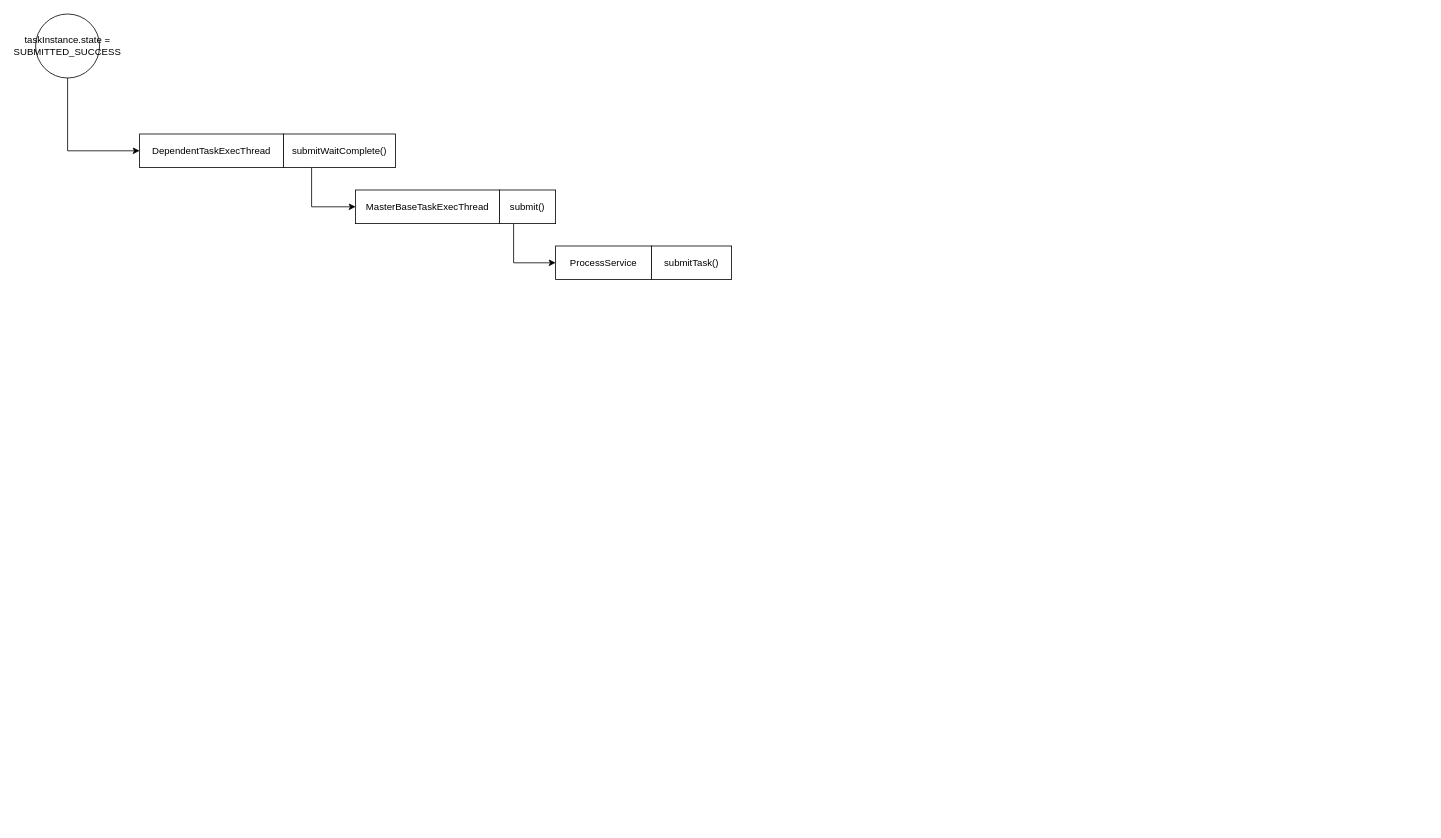
The draw.io diagram etl/dolphinscheduler/1.3.3-release/drawio/task/dependentTask.drawio in popany/notes, before the edit. Source tidied: cells renumbered, new cells numbered last; positions are measured from the earlier drawing's top-left corner, leaving out a move shared by most shapes. Both pictures are drawn from the tidied source at 80%, with x=0, y=0 at pixel (35, 14).
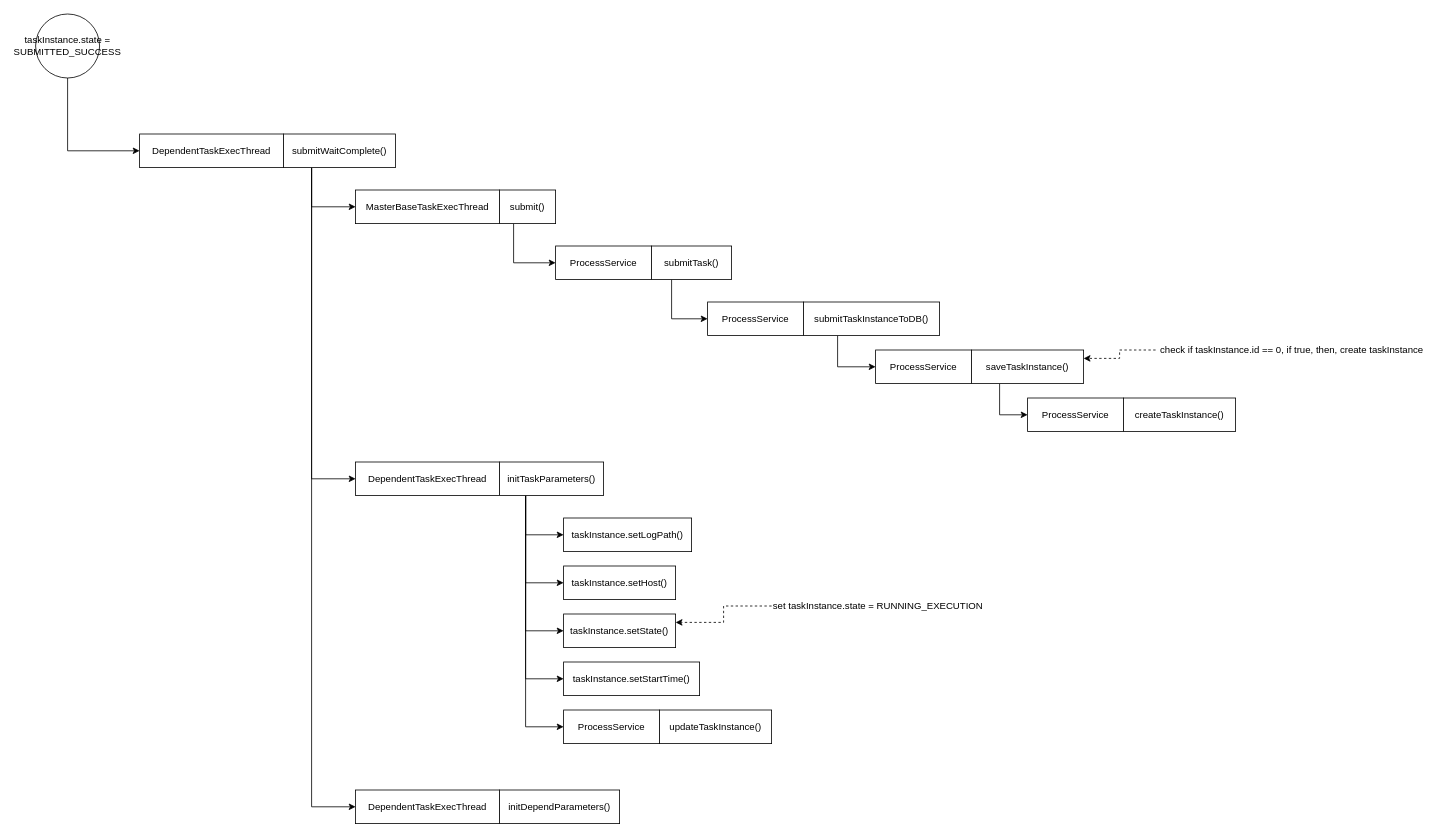
After the change.

Unchanged cells that the change refers to:
```xml
<mxCell id="3" value="submitWaitComplete()" style="rounded=0;whiteSpace=wrap;html=1;" parent="1" vertex="1">
  <mxGeometry x="310" y="150" width="140" height="42" as="geometry" />
</mxCell>
<mxCell id="5" value="submitTask()" style="rounded=0;whiteSpace=wrap;html=1;" parent="1" vertex="1">
  <mxGeometry x="770" y="290" width="100" height="42" as="geometry" />
</mxCell>
```

What changed in the source:
```diff
@@
+    <mxCell id="12" style="edgeStyle=orthogonalEdgeStyle;rounded=0;jettySize=auto;html=1;exitX=0.25;exitY=1;exitDx=0;exitDy=0;entryX=0;entryY=0.5;entryDx=0;entryDy=0;" parent="1" edge="1" source="3" target="31">
+      <mxGeometry relative="1" as="geometry" />
+    </mxCell>
+    <mxCell id="13" style="edgeStyle=orthogonalEdgeStyle;rounded=0;jettySize=auto;html=1;exitX=0.25;exitY=1;exitDx=0;exitDy=0;entryX=0;entryY=0.5;entryDx=0;entryDy=0;" parent="1" edge="1" source="3" target="41">
+      <mxGeometry relative="1" as="geometry" />
+    </mxCell>
@@
+    <mxCell id="14" style="edgeStyle=orthogonalEdgeStyle;rounded=0;jettySize=auto;html=1;exitX=0.25;exitY=1;exitDx=0;exitDy=0;entryX=0;entryY=0.5;entryDx=0;entryDy=0;" parent="1" edge="1" source="5" target="17">
+      <mxGeometry relative="1" as="geometry" />
+    </mxCell>
@@
+    <mxCell id="15" style="edgeStyle=orthogonalEdgeStyle;rounded=0;jettySize=auto;html=1;exitX=0.25;exitY=1;exitDx=0;exitDy=0;entryX=0;entryY=0.5;entryDx=0;entryDy=0;" parent="1" edge="1" source="16" target="20">
+      <mxGeometry relative="1" as="geometry" />
+    </mxCell>
+    <mxCell id="16" value="submitTaskInstanceToDB()" style="rounded=0;whiteSpace=wrap;html=1;" parent="1" vertex="1">
+      <mxGeometry x="960" y="360" width="170" height="42" as="geometry" />
+    </mxCell>
+    <mxCell id="17" value="ProcessService" style="rounded=0;whiteSpace=wrap;html=1;" parent="1" vertex="1">
+      <mxGeometry x="840" y="360" width="120" height="42" as="geometry" />
+    </mxCell>
+    <mxCell id="18" style="edgeStyle=orthogonalEdgeStyle;rounded=0;jettySize=auto;html=1;exitX=0.25;exitY=1;exitDx=0;exitDy=0;entryX=0;entryY=0.5;entryDx=0;entryDy=0;" parent="1" edge="1" source="19" target="22">
+      <mxGeometry relative="1" as="geometry" />
+    </mxCell>
+    <mxCell id="19" value="saveTaskInstance()" style="rounded=0;whiteSpace=wrap;html=1;" parent="1" vertex="1">
+      <mxGeometry x="1170" y="420" width="140" height="42" as="geometry" />
+    </mxCell>
+    <mxCell id="20" value="ProcessService" style="rounded=0;whiteSpace=wrap;html=1;" parent="1" vertex="1">
+      <mxGeometry x="1050" y="420" width="120" height="42" as="geometry" />
+    </mxCell>
+    <mxCell id="21" value="createTaskInstance()" style="rounded=0;whiteSpace=wrap;html=1;" parent="1" vertex="1">
+      <mxGeometry x="1360" y="480" width="140" height="42" as="geometry" />
+    </mxCell>
+    <mxCell id="22" value="ProcessService" style="rounded=0;whiteSpace=wrap;html=1;" parent="1" vertex="1">
+      <mxGeometry x="1240" y="480" width="120" height="42" as="geometry" />
+    </mxCell>
+    <mxCell id="23" style="edgeStyle=orthogonalEdgeStyle;rounded=0;jettySize=auto;html=1;dashed=1;entryX=1;entryY=0.25;entryDx=0;entryDy=0;" parent="1" edge="1" source="24" target="19">
+      <mxGeometry relative="1" as="geometry" />
+    </mxCell>
+    <mxCell id="24" value="check if taskInstance.id == 0, if true, then, create taskInstance" style="text;html=1;align=center;verticalAlign=middle;points=[];" parent="1" vertex="1">
+      <mxGeometry x="1400" y="410" width="340" height="20" as="geometry" />
+    </mxCell>
+    <mxCell id="25" style="edgeStyle=orthogonalEdgeStyle;rounded=0;jettySize=auto;html=1;exitX=0.25;exitY=1;exitDx=0;exitDy=0;entryX=0;entryY=0.5;entryDx=0;entryDy=0;" parent="1" edge="1" source="30" target="32">
+      <mxGeometry relative="1" as="geometry" />
+    </mxCell>
+    <mxCell id="26" style="edgeStyle=orthogonalEdgeStyle;rounded=0;jettySize=auto;html=1;exitX=0.25;exitY=1;exitDx=0;exitDy=0;entryX=0;entryY=0.5;entryDx=0;entryDy=0;" parent="1" edge="1" source="30" target="33">
+      <mxGeometry relative="1" as="geometry" />
+    </mxCell>
+    <mxCell id="27" style="edgeStyle=orthogonalEdgeStyle;rounded=0;jettySize=auto;html=1;exitX=0.25;exitY=1;exitDx=0;exitDy=0;entryX=0;entryY=0.5;entryDx=0;entryDy=0;" parent="1" edge="1" source="30" target="34">
+      <mxGeometry relative="1" as="geometry" />
+    </mxCell>
+    <mxCell id="28" style="edgeStyle=orthogonalEdgeStyle;rounded=0;jettySize=auto;html=1;exitX=0.25;exitY=1;exitDx=0;exitDy=0;entryX=0;entryY=0.5;entryDx=0;entryDy=0;" parent="1" edge="1" source="30" target="35">
+      <mxGeometry relative="1" as="geometry" />
+    </mxCell>
+    <mxCell id="29" style="edgeStyle=orthogonalEdgeStyle;rounded=0;jettySize=auto;html=1;exitX=0.25;exitY=1;exitDx=0;exitDy=0;entryX=0;entryY=0.5;entryDx=0;entryDy=0;" parent="1" edge="1" source="30" target="37">
+      <mxGeometry relative="1" as="geometry" />
+    </mxCell>
+    <mxCell id="30" value="initTaskParameters()" style="rounded=0;whiteSpace=wrap;html=1;" parent="1" vertex="1">
+      <mxGeometry x="580" y="560" width="130" height="42" as="geometry" />
+    </mxCell>
+    <mxCell id="31" value="DependentTaskExecThread" style="rounded=0;whiteSpace=wrap;html=1;" parent="1" vertex="1">
+      <mxGeometry x="400" y="560" width="180" height="42" as="geometry" />
+    </mxCell>
+    <mxCell id="32" value="taskInstance.setLogPath()" style="rounded=0;whiteSpace=wrap;html=1;" parent="1" vertex="1">
+      <mxGeometry x="660" y="630" width="160" height="42" as="geometry" />
+    </mxCell>
+    <mxCell id="33" value="taskInstance.setHost()" style="rounded=0;whiteSpace=wrap;html=1;" parent="1" vertex="1">
+      <mxGeometry x="660" y="690" width="140" height="42" as="geometry" />
+    </mxCell>
+    <mxCell id="34" value="taskInstance.setState()" style="rounded=0;whiteSpace=wrap;html=1;" parent="1" vertex="1">
+      <mxGeometry x="660" y="750" width="140" height="42" as="geometry" />
+    </mxCell>
+    <mxCell id="35" value="taskInstance.setStartTime()" style="rounded=0;whiteSpace=wrap;html=1;" parent="1" vertex="1">
+      <mxGeometry x="660" y="810" width="170" height="42" as="geometry" />
+    </mxCell>
+    <mxCell id="36" value="updateTaskInstance()" style="rounded=0;whiteSpace=wrap;html=1;" parent="1" vertex="1">
+      <mxGeometry x="780" y="870" width="140" height="42" as="geometry" />
+    </mxCell>
+    <mxCell id="37" value="ProcessService" style="rounded=0;whiteSpace=wrap;html=1;" parent="1" vertex="1">
+      <mxGeometry x="660" y="870" width="120" height="42" as="geometry" />
+    </mxCell>
+    <mxCell id="38" style="edgeStyle=orthogonalEdgeStyle;rounded=0;jettySize=auto;html=1;entryX=1;entryY=0.25;entryDx=0;entryDy=0;dashed=1;" parent="1" edge="1" source="39" target="34">
+      <mxGeometry relative="1" as="geometry" />
+    </mxCell>
+    <mxCell id="39" value="set taskInstance.state = RUNNING_EXECUTION" style="text;html=1;align=center;verticalAlign=middle;points=[];align=left;" parent="1" vertex="1">
+      <mxGeometry x="920" y="730" width="280" height="20" as="geometry" />
+    </mxCell>
+    <mxCell id="40" value="initDependParameters()" style="rounded=0;whiteSpace=wrap;html=1;" parent="1" vertex="1">
+      <mxGeometry x="580" y="970" width="150" height="42" as="geometry" />
+    </mxCell>
+    <mxCell id="41" value="DependentTaskExecThread" style="rounded=0;whiteSpace=wrap;html=1;" parent="1" vertex="1">
+      <mxGeometry x="400" y="970" width="180" height="42" as="geometry" />
+    </mxCell>
```
